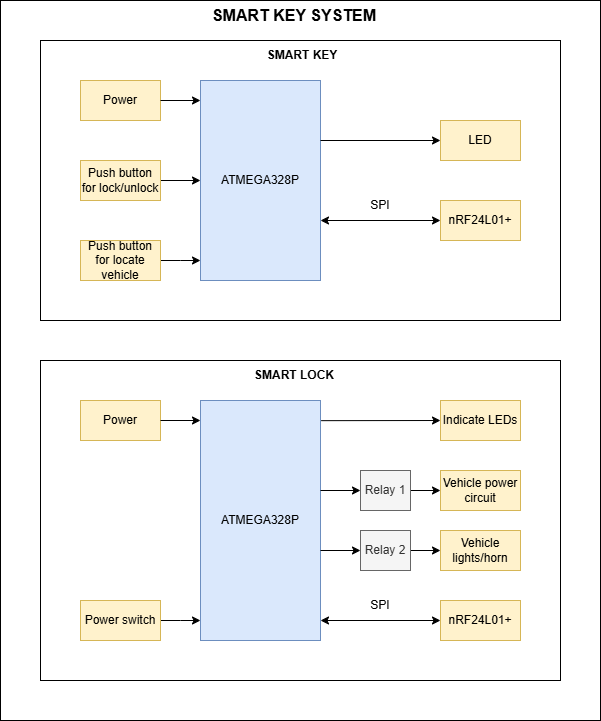
Before: homework1/smart_key_system_diagram.png, a diagram exported from draw.io (quangphamhcmut/Embedded-Systems.Project-Smart-Key). Source tidied: cells renumbered, new cells last; positions are measured from the earlier drawing's top-left corner, leaving out a move shared by most shapes.
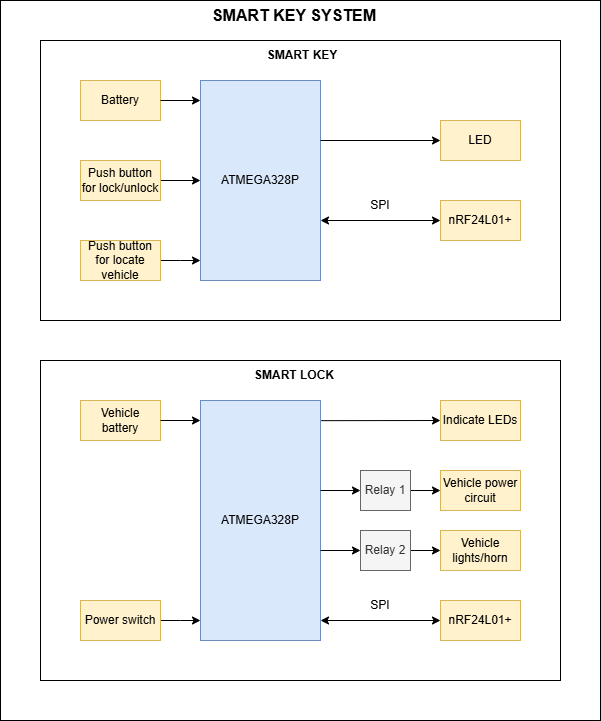
The same diagram one commit later.

The edit, as a diff of the source:
```diff
@@ -14,7 +14,7 @@
     <mxCell id="5" value="ATMEGA328P" style="rounded=0;whiteSpace=wrap;html=1;fillColor=#dae8fc;strokeColor=#6c8ebf;" parent="1" vertex="1">
       <mxGeometry x="200" y="80" width="120" height="200" as="geometry" />
     </mxCell>
-    <mxCell id="6" value="Power" style="rounded=0;whiteSpace=wrap;html=1;fillColor=#fff2cc;strokeColor=#d6b656;" parent="1" vertex="1">
+    <mxCell id="6" value="Battery" style="rounded=0;whiteSpace=wrap;html=1;fillColor=#fff2cc;strokeColor=#d6b656;" parent="1" vertex="1">
       <mxGeometry x="80" y="80" width="80" height="40" as="geometry" />
     </mxCell>
     <mxCell id="7" value="nRF24L01+" style="rounded=0;whiteSpace=wrap;html=1;fillColor=#fff2cc;strokeColor=#d6b656;" parent="1" vertex="1">
@@ -52,7 +52,7 @@
     <mxCell id="17" value="ATMEGA328P" style="rounded=0;whiteSpace=wrap;html=1;fillColor=#dae8fc;strokeColor=#6c8ebf;" parent="1" vertex="1">
       <mxGeometry x="200" y="400" width="120" height="240" as="geometry" />
     </mxCell>
-    <mxCell id="18" value="Power" style="rounded=0;whiteSpace=wrap;html=1;fillColor=#fff2cc;strokeColor=#d6b656;" parent="1" vertex="1">
+    <mxCell id="18" value="Vehicle battery" style="rounded=0;whiteSpace=wrap;html=1;fillColor=#fff2cc;strokeColor=#d6b656;" parent="1" vertex="1">
       <mxGeometry x="80" y="400" width="80" height="40" as="geometry" />
     </mxCell>
     <mxCell id="19" value="nRF24L01+" style="rounded=0;whiteSpace=wrap;html=1;fillColor=#fff2cc;strokeColor=#d6b656;" parent="1" vertex="1">
```
